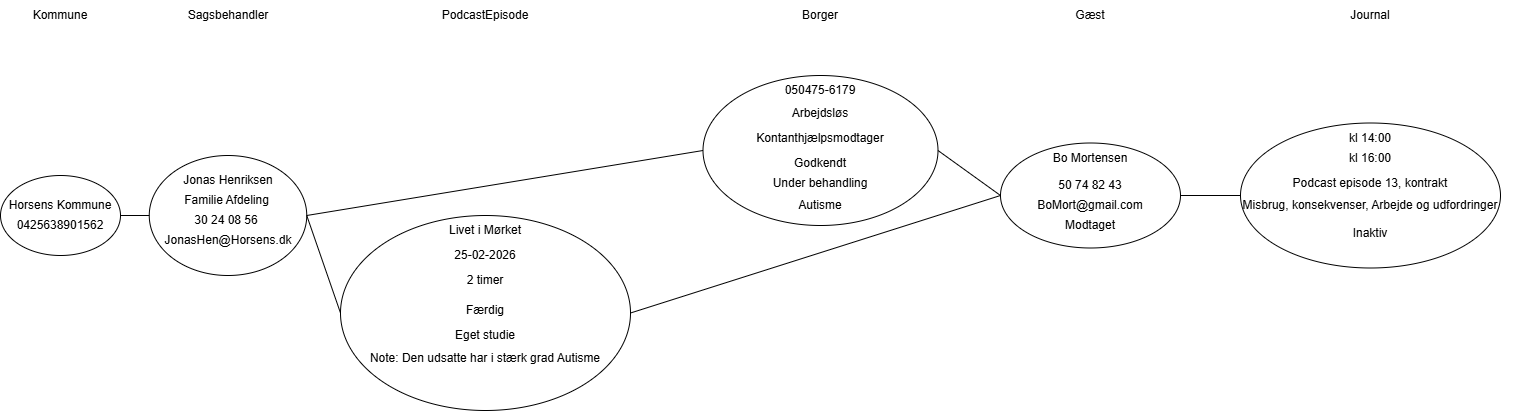
Above: Informationsartefakter/Objektmodel(Version 1).drawio.png in PeterZimmertoft/Team_Soul_-_Talk-PodcastProgram (draw.io), before the change. Source tidied: cells renumbered, new cells last; positions are measured from the earlier drawing's top-left corner, leaving out a move shared by most shapes. The source it was exported from:
```xml
<mxGraphModel>
  <root>
    <mxCell id="0" />
    <mxCell id="1" parent="0" />
    <mxCell id="2" value="Kommune" style="text;html=1;whiteSpace=wrap;strokeColor=none;fillColor=none;align=center;verticalAlign=middle;rounded=0;" parent="1" vertex="1">
      <mxGeometry x="30" width="60" height="30" as="geometry" />
    </mxCell>
    <mxCell id="3" value="Sagsbehandler" style="text;html=1;whiteSpace=wrap;strokeColor=none;fillColor=none;align=center;verticalAlign=middle;rounded=0;" parent="1" vertex="1">
      <mxGeometry x="182.5" width="90" height="30" as="geometry" />
    </mxCell>
    <mxCell id="4" value="PodcastEpisode" style="text;html=1;whiteSpace=wrap;strokeColor=none;fillColor=none;align=center;verticalAlign=middle;rounded=0;" parent="1" vertex="1">
      <mxGeometry x="435" width="100" height="30" as="geometry" />
    </mxCell>
    <mxCell id="5" value="Borger" style="text;html=1;whiteSpace=wrap;strokeColor=none;fillColor=none;align=center;verticalAlign=middle;rounded=0;" parent="1" vertex="1">
      <mxGeometry x="790" width="60" height="30" as="geometry" />
    </mxCell>
    <mxCell id="6" value="Gæst" style="text;html=1;whiteSpace=wrap;strokeColor=none;fillColor=none;align=center;verticalAlign=middle;rounded=0;" parent="1" vertex="1">
      <mxGeometry x="1060" width="60" height="30" as="geometry" />
    </mxCell>
    <mxCell id="7" value="Journal" style="text;html=1;whiteSpace=wrap;strokeColor=none;fillColor=none;align=center;verticalAlign=middle;rounded=0;" parent="1" vertex="1">
      <mxGeometry x="1340" width="60" height="30" as="geometry" />
    </mxCell>
    <mxCell id="8" style="ellipse;whiteSpace=wrap;html=1;" parent="1" vertex="1">
      <mxGeometry y="175" width="120" height="80" as="geometry" />
    </mxCell>
    <mxCell id="9" value="Horsens Kommune" style="text;html=1;whiteSpace=wrap;strokeColor=none;fillColor=none;align=center;verticalAlign=middle;rounded=0;" parent="1" vertex="1">
      <mxGeometry x="5" y="190" width="110" height="30" as="geometry" />
    </mxCell>
    <mxCell id="10" value="0425638901562" style="text;html=1;whiteSpace=wrap;strokeColor=none;fillColor=none;align=center;verticalAlign=middle;rounded=0;" parent="1" vertex="1">
      <mxGeometry x="30" y="210" width="60" height="30" as="geometry" />
    </mxCell>
    <mxCell id="11" style="ellipse;whiteSpace=wrap;html=1;" parent="1" vertex="1">
      <mxGeometry x="148.8" y="155" width="157.5" height="120" as="geometry" />
    </mxCell>
    <mxCell id="12" value="Jonas Henriksen" style="text;html=1;whiteSpace=wrap;strokeColor=none;fillColor=none;align=center;verticalAlign=middle;rounded=0;" parent="1" vertex="1">
      <mxGeometry x="181.5" y="165" width="92" height="30" as="geometry" />
    </mxCell>
    <mxCell id="13" value="Familie Afdeling" style="text;html=1;whiteSpace=wrap;strokeColor=none;fillColor=none;align=center;verticalAlign=middle;rounded=0;" parent="1" vertex="1">
      <mxGeometry x="180" y="185" width="92.5" height="30" as="geometry" />
    </mxCell>
    <mxCell id="14" value="30 24 08 56" style="text;html=1;whiteSpace=wrap;strokeColor=none;fillColor=none;align=center;verticalAlign=middle;rounded=0;" parent="1" vertex="1">
      <mxGeometry x="190.2" y="205" width="72" height="30" as="geometry" />
    </mxCell>
    <mxCell id="15" value="JonasHen@Horsens.dk" style="text;html=1;whiteSpace=wrap;strokeColor=none;fillColor=none;align=center;verticalAlign=middle;rounded=0;" parent="1" vertex="1">
      <mxGeometry x="197.5" y="225" width="60" height="30" as="geometry" />
    </mxCell>
    <mxCell id="16" style="ellipse;whiteSpace=wrap;html=1;" parent="1" vertex="1">
      <mxGeometry x="340" y="215" width="290" height="195" as="geometry" />
    </mxCell>
    <mxCell id="17" value="Livet i Mørket" style="text;html=1;whiteSpace=wrap;strokeColor=none;fillColor=none;align=center;verticalAlign=middle;rounded=0;" parent="1" vertex="1">
      <mxGeometry x="445" y="215" width="80" height="30" as="geometry" />
    </mxCell>
    <mxCell id="18" value="25-02-2026" style="text;html=1;whiteSpace=wrap;strokeColor=none;fillColor=none;align=center;verticalAlign=middle;rounded=0;" parent="1" vertex="1">
      <mxGeometry x="430" y="240" width="110" height="30" as="geometry" />
    </mxCell>
    <mxCell id="19" value="2 timer" style="text;html=1;whiteSpace=wrap;strokeColor=none;fillColor=none;align=center;verticalAlign=middle;rounded=0;" parent="1" vertex="1">
      <mxGeometry x="455" y="265" width="60" height="30" as="geometry" />
    </mxCell>
    <mxCell id="20" value="Færdig" style="text;html=1;whiteSpace=wrap;strokeColor=none;fillColor=none;align=center;verticalAlign=middle;rounded=0;" parent="1" vertex="1">
      <mxGeometry x="455" y="295" width="60" height="30" as="geometry" />
    </mxCell>
    <mxCell id="21" value="Eget studie" style="text;html=1;whiteSpace=wrap;strokeColor=none;fillColor=none;align=center;verticalAlign=middle;rounded=0;" parent="1" vertex="1">
      <mxGeometry x="445" y="320" width="80" height="30" as="geometry" />
    </mxCell>
    <mxCell id="22" value="Note: Den udsatte har i stærk grad Autisme" style="text;html=1;whiteSpace=wrap;strokeColor=none;fillColor=none;align=center;verticalAlign=middle;rounded=0;" parent="1" vertex="1">
      <mxGeometry x="365" y="342.5" width="240" height="30" as="geometry" />
    </mxCell>
    <mxCell id="23" style="ellipse;whiteSpace=wrap;html=1;" parent="1" vertex="1">
      <mxGeometry x="702.5" y="75" width="235" height="150" as="geometry" />
    </mxCell>
    <mxCell id="24" value="050475-6179" style="text;html=1;whiteSpace=wrap;strokeColor=none;fillColor=none;align=center;verticalAlign=middle;rounded=0;" parent="1" vertex="1">
      <mxGeometry x="780" y="75" width="80" height="30" as="geometry" />
    </mxCell>
    <mxCell id="25" value="Arbejdsløs" style="text;html=1;whiteSpace=wrap;strokeColor=none;fillColor=none;align=center;verticalAlign=middle;rounded=0;" parent="1" vertex="1">
      <mxGeometry x="790" y="97.5" width="60" height="30" as="geometry" />
    </mxCell>
    <mxCell id="26" value="Kontanthjælpsmodtager" style="text;html=1;whiteSpace=wrap;strokeColor=none;fillColor=none;align=center;verticalAlign=middle;rounded=0;" parent="1" vertex="1">
      <mxGeometry x="790" y="122.5" width="60" height="30" as="geometry" />
    </mxCell>
    <mxCell id="27" value="Godkendt" style="text;html=1;whiteSpace=wrap;strokeColor=none;fillColor=none;align=center;verticalAlign=middle;rounded=0;" parent="1" vertex="1">
      <mxGeometry x="790" y="147.5" width="60" height="30" as="geometry" />
    </mxCell>
    <mxCell id="28" value="Under behandling" style="text;html=1;whiteSpace=wrap;strokeColor=none;fillColor=none;align=center;verticalAlign=middle;rounded=0;" parent="1" vertex="1">
      <mxGeometry x="770" y="167.5" width="100" height="30" as="geometry" />
    </mxCell>
    <mxCell id="29" value="Autisme" style="text;html=1;whiteSpace=wrap;strokeColor=none;fillColor=none;align=center;verticalAlign=middle;rounded=0;" parent="1" vertex="1">
      <mxGeometry x="790" y="190" width="60" height="30" as="geometry" />
    </mxCell>
    <mxCell id="30" style="ellipse;whiteSpace=wrap;html=1;" parent="1" vertex="1">
      <mxGeometry x="1000" y="142.5" width="180" height="105" as="geometry" />
    </mxCell>
    <mxCell id="31" value="Bo Mortensen" style="text;html=1;whiteSpace=wrap;strokeColor=none;fillColor=none;align=center;verticalAlign=middle;rounded=0;" parent="1" vertex="1">
      <mxGeometry x="1040" y="142.5" width="100" height="30" as="geometry" />
    </mxCell>
    <mxCell id="32" value="50 74 82 43" style="text;html=1;whiteSpace=wrap;strokeColor=none;fillColor=none;align=center;verticalAlign=middle;rounded=0;" parent="1" vertex="1">
      <mxGeometry x="1040" y="170" width="100" height="30" as="geometry" />
    </mxCell>
    <mxCell id="33" value="BoMort@gmail.com" style="text;html=1;whiteSpace=wrap;strokeColor=none;fillColor=none;align=center;verticalAlign=middle;rounded=0;" parent="1" vertex="1">
      <mxGeometry x="1060" y="190" width="60" height="30" as="geometry" />
    </mxCell>
    <mxCell id="34" value="Modtaget" style="text;html=1;whiteSpace=wrap;strokeColor=none;fillColor=none;align=center;verticalAlign=middle;rounded=0;" parent="1" vertex="1">
      <mxGeometry x="1060" y="210" width="60" height="30" as="geometry" />
    </mxCell>
    <mxCell id="35" style="ellipse;whiteSpace=wrap;html=1;" parent="1" vertex="1">
      <mxGeometry x="1240" y="122.5" width="260" height="145" as="geometry" />
    </mxCell>
    <mxCell id="36" value="kl 14:00" style="text;html=1;whiteSpace=wrap;strokeColor=none;fillColor=none;align=center;verticalAlign=middle;rounded=0;" parent="1" vertex="1">
      <mxGeometry x="1340" y="122.5" width="60" height="30" as="geometry" />
    </mxCell>
    <mxCell id="37" value="kl 16:00" style="text;html=1;whiteSpace=wrap;strokeColor=none;fillColor=none;align=center;verticalAlign=middle;rounded=0;" parent="1" vertex="1">
      <mxGeometry x="1340" y="142.5" width="60" height="30" as="geometry" />
    </mxCell>
    <mxCell id="38" value="Podcast episode 13, kontrakt" style="text;html=1;whiteSpace=wrap;strokeColor=none;fillColor=none;align=center;verticalAlign=middle;rounded=0;" parent="1" vertex="1">
      <mxGeometry x="1290" y="167.5" width="160" height="30" as="geometry" />
    </mxCell>
    <mxCell id="39" value="Misbrug, konsekvenser, Arbejde og udfordringer" style="text;html=1;whiteSpace=wrap;strokeColor=none;fillColor=none;align=center;verticalAlign=middle;rounded=0;" parent="1" vertex="1">
      <mxGeometry x="1220" y="190" width="300" height="30" as="geometry" />
    </mxCell>
    <mxCell id="40" value="Inaktiv" style="text;html=1;whiteSpace=wrap;strokeColor=none;fillColor=none;align=center;verticalAlign=middle;rounded=0;" parent="1" vertex="1">
      <mxGeometry x="1340" y="217.5" width="60" height="30" as="geometry" />
    </mxCell>
    <mxCell id="41" style="endArrow=none;html=1;rounded=0;exitX=1;exitY=0.5;exitDx=0;exitDy=0;entryX=0;entryY=0.5;entryDx=0;entryDy=0;" parent="1" edge="1" source="8" target="11">
      <mxGeometry relative="1" as="geometry" />
    </mxCell>
    <mxCell id="42" style="endArrow=none;html=1;rounded=0;exitX=1;exitY=0.5;exitDx=0;exitDy=0;entryX=0;entryY=0.5;entryDx=0;entryDy=0;" parent="1" edge="1" source="11" target="16">
      <mxGeometry relative="1" as="geometry" />
    </mxCell>
    <mxCell id="43" style="endArrow=none;html=1;rounded=0;exitX=1;exitY=0.5;exitDx=0;exitDy=0;entryX=0;entryY=0.5;entryDx=0;entryDy=0;" parent="1" edge="1" source="11" target="23">
      <mxGeometry relative="1" as="geometry" />
    </mxCell>
    <mxCell id="44" style="endArrow=none;html=1;rounded=0;exitX=1;exitY=0.5;exitDx=0;exitDy=0;entryX=0;entryY=0.5;entryDx=0;entryDy=0;" parent="1" edge="1" source="16" target="30">
      <mxGeometry relative="1" as="geometry" />
    </mxCell>
    <mxCell id="45" style="endArrow=none;html=1;rounded=0;exitX=1;exitY=0.5;exitDx=0;exitDy=0;entryX=0;entryY=0.5;entryDx=0;entryDy=0;" parent="1" edge="1" source="23" target="30">
      <mxGeometry relative="1" as="geometry" />
    </mxCell>
    <mxCell id="46" style="endArrow=none;html=1;rounded=0;exitX=1;exitY=0.5;exitDx=0;exitDy=0;entryX=0;entryY=0.5;entryDx=0;entryDy=0;" parent="1" edge="1" source="30" target="35">
      <mxGeometry relative="1" as="geometry" />
    </mxCell>
  </root>
</mxGraphModel>
```
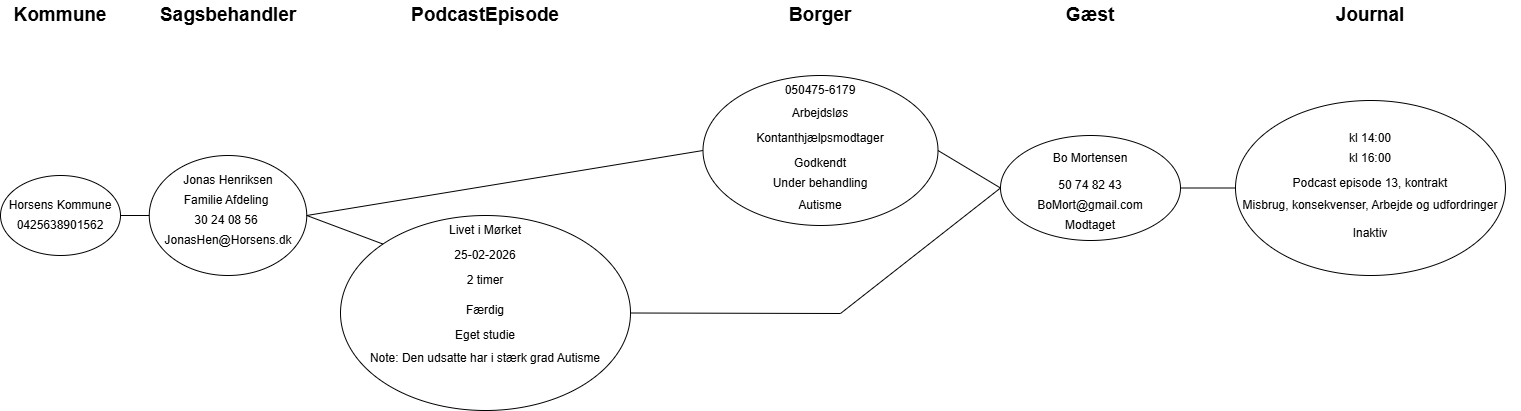
The same diagram one commit later.

Diff of the diagram source:
```diff
@@ -2,22 +2,22 @@
   <root>
     <mxCell id="0" />
     <mxCell id="1" parent="0" />
-    <mxCell id="2" value="Kommune" style="text;html=1;whiteSpace=wrap;strokeColor=none;fillColor=none;align=center;verticalAlign=middle;rounded=0;" parent="1" vertex="1">
+    <mxCell id="2" value="Kommune" style="text;html=1;whiteSpace=wrap;strokeColor=none;fillColor=none;align=center;verticalAlign=middle;rounded=0;fontStyle=1;fontSize=19;" parent="1" vertex="1">
       <mxGeometry x="30" width="60" height="30" as="geometry" />
     </mxCell>
-    <mxCell id="3" value="Sagsbehandler" style="text;html=1;whiteSpace=wrap;strokeColor=none;fillColor=none;align=center;verticalAlign=middle;rounded=0;" parent="1" vertex="1">
+    <mxCell id="3" value="Sagsbehandler" style="text;html=1;whiteSpace=wrap;strokeColor=none;fillColor=none;align=center;verticalAlign=middle;rounded=0;fontStyle=1;fontSize=19;" parent="1" vertex="1">
       <mxGeometry x="182.5" width="90" height="30" as="geometry" />
     </mxCell>
-    <mxCell id="4" value="PodcastEpisode" style="text;html=1;whiteSpace=wrap;strokeColor=none;fillColor=none;align=center;verticalAlign=middle;rounded=0;" parent="1" vertex="1">
+    <mxCell id="4" value="PodcastEpisode" style="text;html=1;whiteSpace=wrap;strokeColor=none;fillColor=none;align=center;verticalAlign=middle;rounded=0;fontStyle=1;fontSize=19;" parent="1" vertex="1">
       <mxGeometry x="435" width="100" height="30" as="geometry" />
     </mxCell>
-    <mxCell id="5" value="Borger" style="text;html=1;whiteSpace=wrap;strokeColor=none;fillColor=none;align=center;verticalAlign=middle;rounded=0;" parent="1" vertex="1">
+    <mxCell id="5" value="Borger" style="text;html=1;whiteSpace=wrap;strokeColor=none;fillColor=none;align=center;verticalAlign=middle;rounded=0;fontStyle=1;fontSize=19;" parent="1" vertex="1">
       <mxGeometry x="790" width="60" height="30" as="geometry" />
     </mxCell>
-    <mxCell id="6" value="Gæst" style="text;html=1;whiteSpace=wrap;strokeColor=none;fillColor=none;align=center;verticalAlign=middle;rounded=0;" parent="1" vertex="1">
+    <mxCell id="6" value="Gæst" style="text;html=1;whiteSpace=wrap;strokeColor=none;fillColor=none;align=center;verticalAlign=middle;rounded=0;fontStyle=1;fontSize=19;" parent="1" vertex="1">
       <mxGeometry x="1060" width="60" height="30" as="geometry" />
     </mxCell>
-    <mxCell id="7" value="Journal" style="text;html=1;whiteSpace=wrap;strokeColor=none;fillColor=none;align=center;verticalAlign=middle;rounded=0;" parent="1" vertex="1">
+    <mxCell id="7" value="Journal" style="text;html=1;whiteSpace=wrap;strokeColor=none;fillColor=none;align=center;verticalAlign=middle;rounded=0;fontStyle=1;fontSize=19;" parent="1" vertex="1">
       <mxGeometry x="1340" width="60" height="30" as="geometry" />
     </mxCell>
     <mxCell id="8" style="ellipse;whiteSpace=wrap;html=1;" parent="1" vertex="1">
@@ -87,7 +87,7 @@
       <mxGeometry x="790" y="190" width="60" height="30" as="geometry" />
     </mxCell>
     <mxCell id="30" style="ellipse;whiteSpace=wrap;html=1;" parent="1" vertex="1">
-      <mxGeometry x="1000" y="142.5" width="180" height="105" as="geometry" />
+      <mxGeometry x="1000" y="135" width="180" height="105" as="geometry" />
     </mxCell>
     <mxCell id="31" value="Bo Mortensen" style="text;html=1;whiteSpace=wrap;strokeColor=none;fillColor=none;align=center;verticalAlign=middle;rounded=0;" parent="1" vertex="1">
       <mxGeometry x="1040" y="142.5" width="100" height="30" as="geometry" />
@@ -102,7 +102,7 @@
       <mxGeometry x="1060" y="210" width="60" height="30" as="geometry" />
     </mxCell>
     <mxCell id="35" style="ellipse;whiteSpace=wrap;html=1;" parent="1" vertex="1">
-      <mxGeometry x="1240" y="122.5" width="260" height="145" as="geometry" />
+      <mxGeometry x="1235" y="100" width="270" height="175" as="geometry" />
     </mxCell>
     <mxCell id="36" value="kl 14:00" style="text;html=1;whiteSpace=wrap;strokeColor=none;fillColor=none;align=center;verticalAlign=middle;rounded=0;" parent="1" vertex="1">
       <mxGeometry x="1340" y="122.5" width="60" height="30" as="geometry" />
@@ -122,14 +122,18 @@
     <mxCell id="41" style="endArrow=none;html=1;rounded=0;exitX=1;exitY=0.5;exitDx=0;exitDy=0;entryX=0;entryY=0.5;entryDx=0;entryDy=0;" parent="1" edge="1" source="8" target="11">
       <mxGeometry relative="1" as="geometry" />
     </mxCell>
-    <mxCell id="42" style="endArrow=none;html=1;rounded=0;exitX=1;exitY=0.5;exitDx=0;exitDy=0;entryX=0;entryY=0.5;entryDx=0;entryDy=0;" parent="1" edge="1" source="11" target="16">
+    <mxCell id="42" style="endArrow=none;html=1;rounded=0;exitX=1;exitY=0.5;exitDx=0;exitDy=0;entryX=0;entryY=0;entryDx=0;entryDy=0;" parent="1" edge="1" source="11" target="16">
       <mxGeometry relative="1" as="geometry" />
     </mxCell>
     <mxCell id="43" style="endArrow=none;html=1;rounded=0;exitX=1;exitY=0.5;exitDx=0;exitDy=0;entryX=0;entryY=0.5;entryDx=0;entryDy=0;" parent="1" edge="1" source="11" target="23">
       <mxGeometry relative="1" as="geometry" />
     </mxCell>
     <mxCell id="44" style="endArrow=none;html=1;rounded=0;exitX=1;exitY=0.5;exitDx=0;exitDy=0;entryX=0;entryY=0.5;entryDx=0;entryDy=0;" parent="1" edge="1" source="16" target="30">
-      <mxGeometry relative="1" as="geometry" />
+      <mxGeometry relative="1" as="geometry">
+        <Array as="points">
+          <mxPoint x="840" y="313" />
+        </Array>
+      </mxGeometry>
     </mxCell>
     <mxCell id="45" style="endArrow=none;html=1;rounded=0;exitX=1;exitY=0.5;exitDx=0;exitDy=0;entryX=0;entryY=0.5;entryDx=0;entryDy=0;" parent="1" edge="1" source="23" target="30">
       <mxGeometry relative="1" as="geometry" />
```
